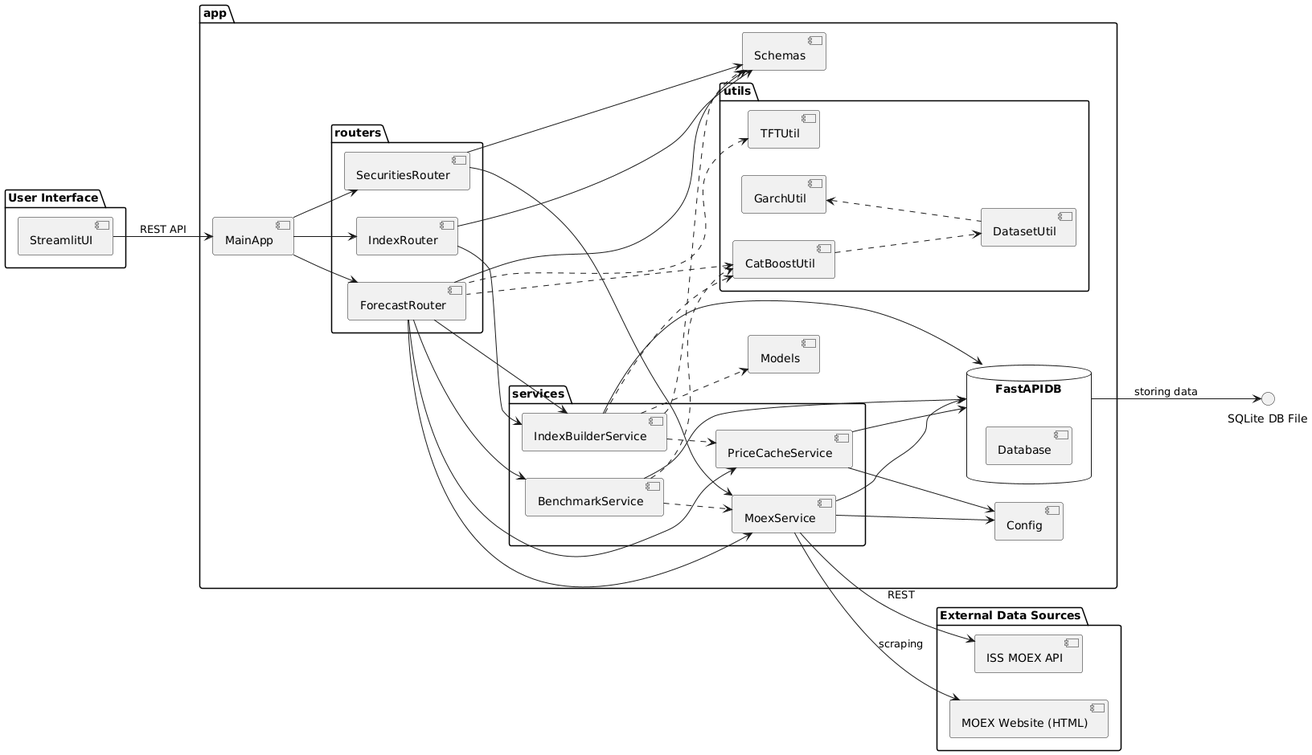
The PlantUML diagram data/components.png in DannyTheFlower/FundingAssistant, before a commit. The source it was exported from:
```plantuml
@startuml
hide stereotype
skinparam componentStyle uml2

left to right direction

package "External Data Sources" {
  [ISS MOEX API]        <<external>>
  [MOEX Website (HTML)] <<external>>
}

package "User Interface" {
  [StreamlitUI]
}

package "app" {
  package routers {
    [ForecastRouter]       <<controller>>
    [IndexRouter]          <<controller>>
    [SecuritiesRouter]     <<controller>>
  }
  package services {
    [BenchmarkService]     <<service>>
    [IndexBuilderService]  <<service>>
    [MoexService]          <<service>>
    [PriceCacheService]    <<service>>
  }
  package utils {
    [CatBoostUtil]         <<utility>>
    [DatasetUtil]          <<utility>>
    [GarchUtil]            <<utility>>
    [TFTUtil]              <<utility>>
  }

  [Config]      <<configuration>>
  database "FastAPIDB" {
    [Database]    <<database>>
  }
  [Models]      <<model>>
  [Schemas]     <<dto>>
  [MainApp]     <<application>>
}

[StreamlitUI] <<ui>>

MainApp --> ForecastRouter
MainApp --> IndexRouter
MainApp --> SecuritiesRouter

ForecastRouter --> BenchmarkService
ForecastRouter --> IndexBuilderService
ForecastRouter --> MoexService
ForecastRouter --> PriceCacheService
ForecastRouter --> Schemas

IndexRouter --> IndexBuilderService
IndexRouter --> Schemas

SecuritiesRouter --> MoexService
SecuritiesRouter --> Schemas

BenchmarkService ..> MoexService
IndexBuilderService ..> PriceCacheService
IndexBuilderService ..> Models
IndexBuilderService ..> Schemas

MoexService --> Config
PriceCacheService --> Config

BenchmarkService --> FastAPIDB
IndexBuilderService --> FastAPIDB
MoexService --> FastAPIDB
PriceCacheService --> FastAPIDB

CatBoostUtil ..> DatasetUtil
BenchmarkService ..> CatBoostUtil
IndexBuilderService ..> CatBoostUtil

CatBoostUtil <.. ForecastRouter
TFTUtil   <.. ForecastRouter
GarchUtil <.. DatasetUtil

StreamlitUI --> MainApp : REST API

MoexService --> "ISS MOEX API"       : REST
MoexService --> "MOEX Website (HTML)": scraping
FastAPIDB    --> "SQLite DB File" : storing data
@enduml
```
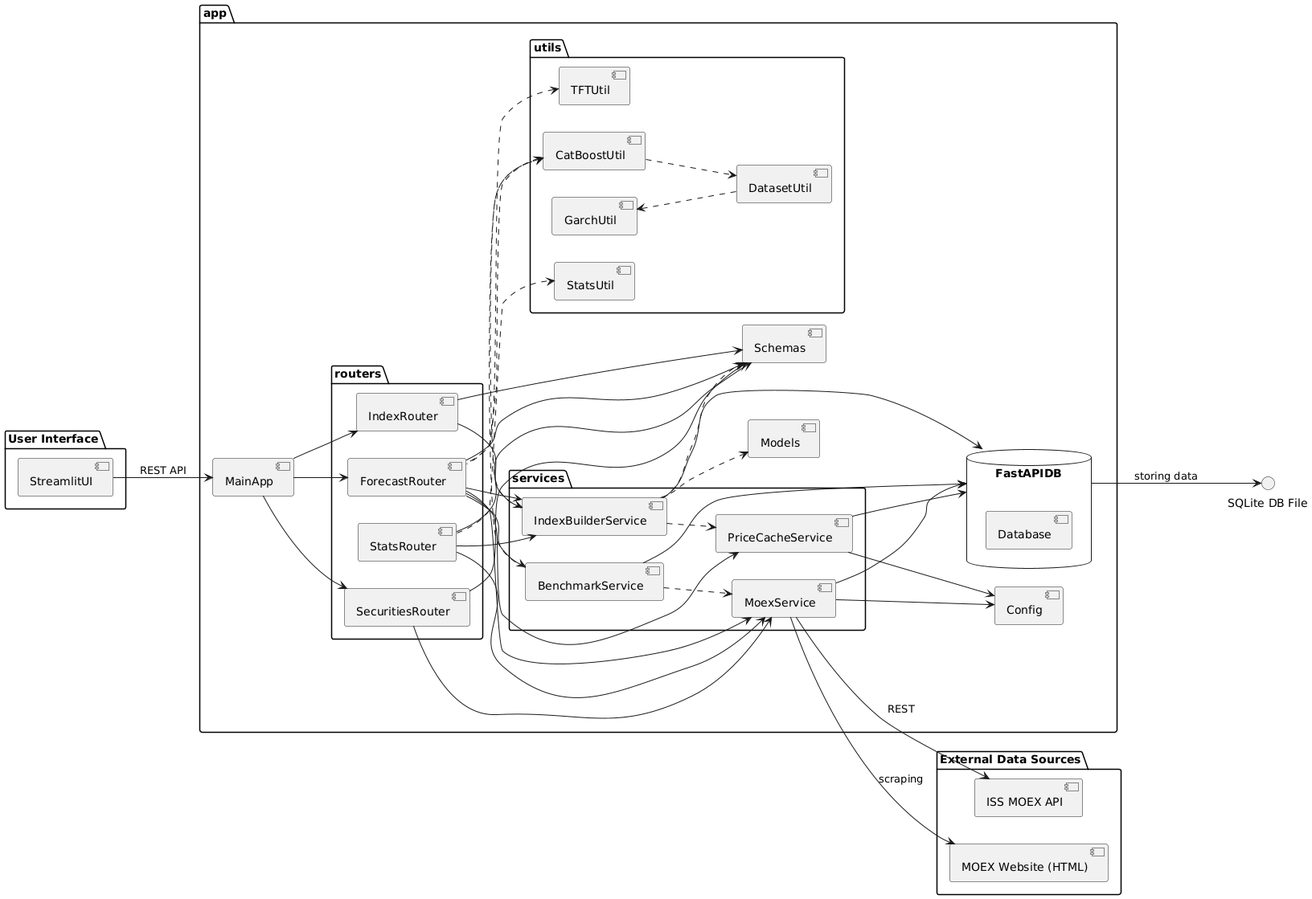
Later version of the same file.

The edit, as a diff of the source:
```diff
@@ -18,6 +18,7 @@
     [ForecastRouter]       <<controller>>
     [IndexRouter]          <<controller>>
     [SecuritiesRouter]     <<controller>>
+    [StatsRouter]          <<controller>>
   }
   package services {
     [BenchmarkService]     <<service>>
@@ -30,6 +31,7 @@
     [DatasetUtil]          <<utility>>
     [GarchUtil]            <<utility>>
     [TFTUtil]              <<utility>>
+    [StatsUtil]            <<utility>>
   }
 
   [Config]      <<configuration>>
@@ -59,6 +61,10 @@
 SecuritiesRouter --> MoexService
 SecuritiesRouter --> Schemas
 
+StatsRouter --> IndexBuilderService
+StatsRouter --> MoexService
+StatsRouter --> Schemas
+
 BenchmarkService ..> MoexService
 IndexBuilderService ..> PriceCacheService
 IndexBuilderService ..> Models
@@ -80,6 +86,8 @@
 TFTUtil   <.. ForecastRouter
 GarchUtil <.. DatasetUtil
 
+StatsRouter ..> StatsUtil
+
 StreamlitUI --> MainApp : REST API
 
 MoexService --> "ISS MOEX API"       : REST
```
